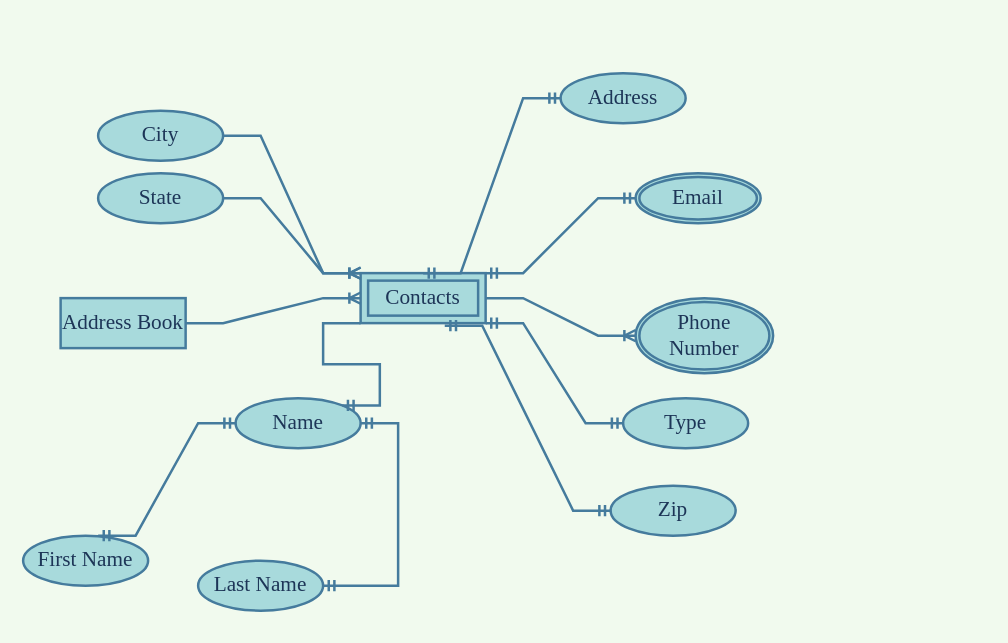
The draw.io diagram AddressBook ER Diagram.drawio in 000VIJAY/SQLAddressBook, before the edit. Source tidied: cells renumbered, new cells numbered last; positions are measured from the earlier drawing's top-left corner, leaving out a move shared by most shapes. Both pictures are drawn from the tidied source at 125%, with x=0, y=0 at pixel (22, 72).
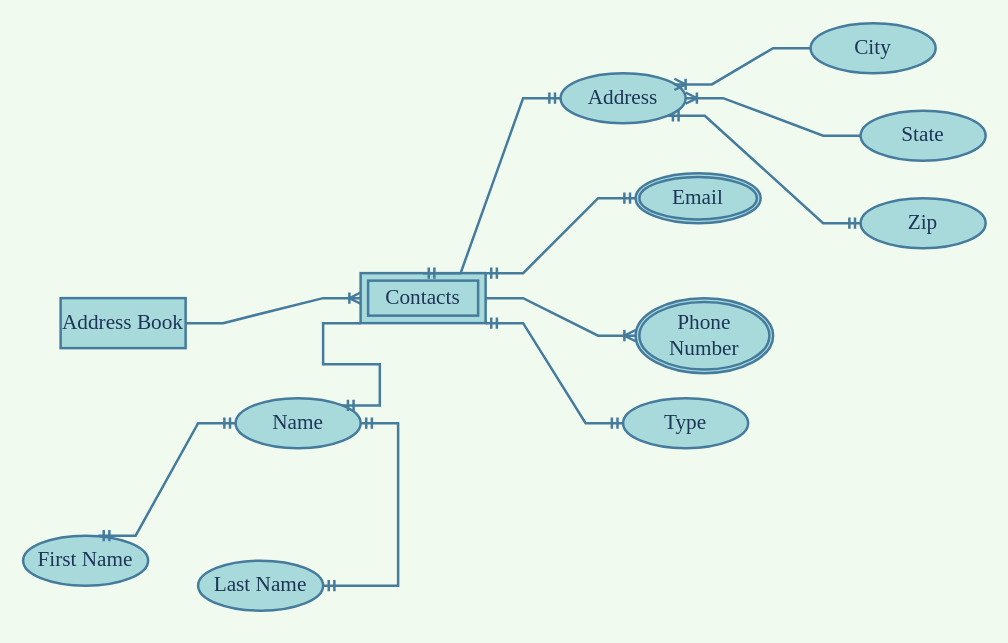
The same diagram, later.

Unchanged cells that the change refers to:
```xml
<mxCell id="3" value="Contacts" style="shape=ext;margin=3;double=1;whiteSpace=wrap;html=1;align=center;fontFamily=Times New Roman;fontSize=17;labelBackgroundColor=none;strokeWidth=2;strokeColor=#457B9D;fillColor=#A8DADC;fontColor=#1D3557;rounded=0;" parent="1" vertex="1">
  <mxGeometry x="270" y="160" width="100" height="40" as="geometry" />
</mxCell>
<mxCell id="21" value="Address" style="ellipse;whiteSpace=wrap;html=1;align=center;fontFamily=Times New Roman;fontSize=17;labelBackgroundColor=none;strokeWidth=2;strokeColor=#457B9D;fillColor=#A8DADC;fontColor=#1D3557;rounded=0;" parent="1" vertex="1">
  <mxGeometry x="430" width="100" height="40" as="geometry" />
</mxCell>
```

Change to the diagram source:
```diff
@@
     <mxCell id="5" value="Zip" style="ellipse;whiteSpace=wrap;html=1;align=center;fontFamily=Times New Roman;fontSize=17;labelBackgroundColor=none;strokeWidth=2;strokeColor=#457B9D;fillColor=#A8DADC;fontColor=#1D3557;rounded=0;" parent="1" vertex="1">
-      <mxGeometry x="470" y="330" width="100" height="40" as="geometry" />
+      <mxGeometry x="670" y="100" width="100" height="40" as="geometry" />
     </mxCell>
     <mxCell id="6" value="City" style="ellipse;whiteSpace=wrap;html=1;align=center;fontFamily=Times New Roman;fontSize=17;labelBackgroundColor=none;strokeWidth=2;strokeColor=#457B9D;fillColor=#A8DADC;fontColor=#1D3557;rounded=0;" parent="1" vertex="1">
-      <mxGeometry x="60" y="30" width="100" height="40" as="geometry" />
+      <mxGeometry x="630" y="-40" width="100" height="40" as="geometry" />
     </mxCell>
@@
     <mxCell id="8" value="State" style="ellipse;whiteSpace=wrap;html=1;align=center;fontFamily=Times New Roman;fontSize=17;labelBackgroundColor=none;strokeWidth=2;strokeColor=#457B9D;fillColor=#A8DADC;fontColor=#1D3557;rounded=0;" parent="1" vertex="1">
-      <mxGeometry x="60" y="80" width="100" height="40" as="geometry" />
+      <mxGeometry x="670" y="30" width="100" height="40" as="geometry" />
     </mxCell>
@@
-    <mxCell id="13" style="edgeStyle=entityRelationEdgeStyle;fontSize=17;html=1;endArrow=ERmandOne;startArrow=ERmandOne;rounded=0;exitX=0.673;exitY=1.05;exitDx=0;exitDy=0;exitPerimeter=0;entryX=0;entryY=0.5;entryDx=0;entryDy=0;fontFamily=Times New Roman;fontColor=#1D3557;labelBackgroundColor=none;strokeWidth=2;strokeColor=#457B9D;" parent="1" edge="1" source="3" target="5">
+    <mxCell id="13" style="edgeStyle=entityRelationEdgeStyle;fontSize=17;html=1;endArrow=ERmandOne;startArrow=ERmandOne;rounded=0;exitX=1;exitY=1;exitDx=0;exitDy=0;entryX=0;entryY=0.5;entryDx=0;entryDy=0;fontFamily=Times New Roman;fontColor=#1D3557;labelBackgroundColor=none;strokeWidth=2;strokeColor=#457B9D;" parent="1" edge="1" source="21" target="5">
       <mxGeometry relative="1" as="geometry" />
     </mxCell>
@@
-    <mxCell id="22" style="edgeStyle=entityRelationEdgeStyle;fontSize=17;html=1;endArrow=ERoneToMany;rounded=0;exitX=1;exitY=0.5;exitDx=0;exitDy=0;entryX=0;entryY=0;entryDx=0;entryDy=0;fontFamily=Times New Roman;fontColor=#1D3557;labelBackgroundColor=none;strokeWidth=2;strokeColor=#457B9D;" parent="1" edge="1" source="8" target="3">
+    <mxCell id="22" style="edgeStyle=entityRelationEdgeStyle;fontSize=17;html=1;endArrow=ERoneToMany;rounded=0;exitX=0;exitY=0.5;exitDx=0;exitDy=0;entryX=1;entryY=0.5;entryDx=0;entryDy=0;fontFamily=Times New Roman;fontColor=#1D3557;labelBackgroundColor=none;strokeWidth=2;strokeColor=#457B9D;" parent="1" edge="1" source="8" target="21">
       <mxGeometry relative="1" as="geometry" />
     </mxCell>
-    <mxCell id="23" style="edgeStyle=entityRelationEdgeStyle;fontSize=17;html=1;endArrow=ERoneToMany;rounded=0;entryX=0;entryY=0;entryDx=0;entryDy=0;exitX=1;exitY=0.5;exitDx=0;exitDy=0;fontFamily=Times New Roman;fontColor=#1D3557;labelBackgroundColor=none;strokeWidth=2;strokeColor=#457B9D;" parent="1" edge="1" source="6" target="3">
+    <mxCell id="23" style="edgeStyle=entityRelationEdgeStyle;fontSize=17;html=1;endArrow=ERoneToMany;rounded=0;entryX=0.91;entryY=0.225;entryDx=0;entryDy=0;exitX=0;exitY=0.5;exitDx=0;exitDy=0;fontFamily=Times New Roman;fontColor=#1D3557;labelBackgroundColor=none;strokeWidth=2;strokeColor=#457B9D;entryPerimeter=0;" parent="1" edge="1" source="6" target="21">
       <mxGeometry relative="1" as="geometry" />
     </mxCell>
```
